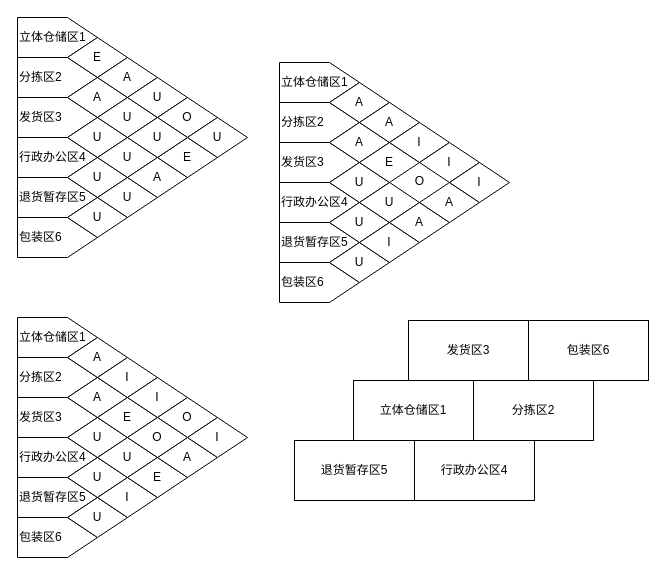
This is 未命名绘图.drawio from 1244xx/SCU_Database, a draw.io file, before an edit. Source tidied: cells renumbered, new cells numbered last; positions are measured from the earlier drawing's top-left corner, leaving out a move shared by most shapes. Both pictures are drawn from the tidied source at 100%, with x=0, y=0 at pixel (17, 17).
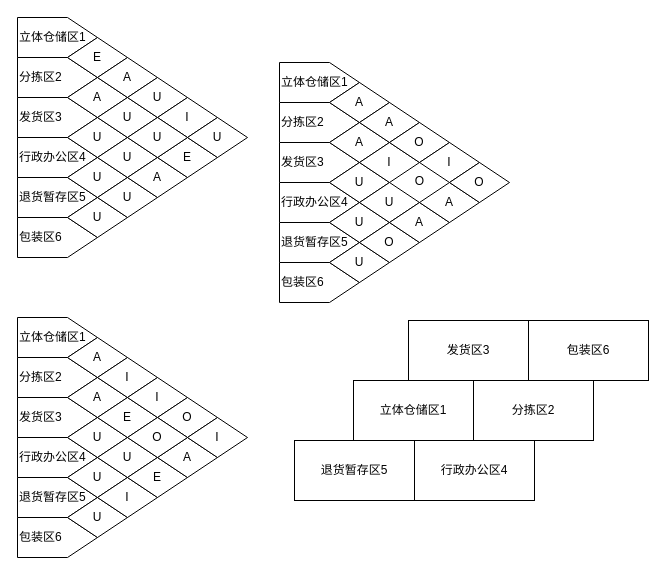
The same diagram, later.

Commit message:
更新未命名绘图.drawio

Change to the diagram source:
```diff
@@
-    <mxCell id="19" value="O" style="rhombus;whiteSpace=wrap;html=1;" parent="1" vertex="1">
+    <mxCell id="19" value="I" style="rhombus;whiteSpace=wrap;html=1;" parent="1" vertex="1">
       <mxGeometry x="140" y="80" width="60" height="40" as="geometry" />
     </mxCell>
@@
-    <mxCell id="56" value="E" style="rhombus;whiteSpace=wrap;html=1;" parent="1" vertex="1">
+    <mxCell id="56" value="I" style="rhombus;whiteSpace=wrap;html=1;" parent="1" vertex="1">
       <mxGeometry x="342" y="125" width="60" height="40" as="geometry" />
     </mxCell>
@@
-    <mxCell id="58" value="I" style="rhombus;whiteSpace=wrap;html=1;" parent="1" vertex="1">
+    <mxCell id="58" value="O" style="rhombus;whiteSpace=wrap;html=1;" parent="1" vertex="1">
       <mxGeometry x="342" y="205" width="60" height="40" as="geometry" />
     </mxCell>
-    <mxCell id="59" value="I" style="rhombus;whiteSpace=wrap;html=1;" parent="1" vertex="1">
+    <mxCell id="59" value="O" style="rhombus;whiteSpace=wrap;html=1;" parent="1" vertex="1">
       <mxGeometry x="372" y="105" width="60" height="40" as="geometry" />
     </mxCell>
@@
-    <mxCell id="63" value="I" style="rhombus;whiteSpace=wrap;html=1;" parent="1" vertex="1">
+    <mxCell id="63" value="O" style="rhombus;whiteSpace=wrap;html=1;" parent="1" vertex="1">
       <mxGeometry x="432" y="145" width="60" height="40" as="geometry" />
     </mxCell>
```
